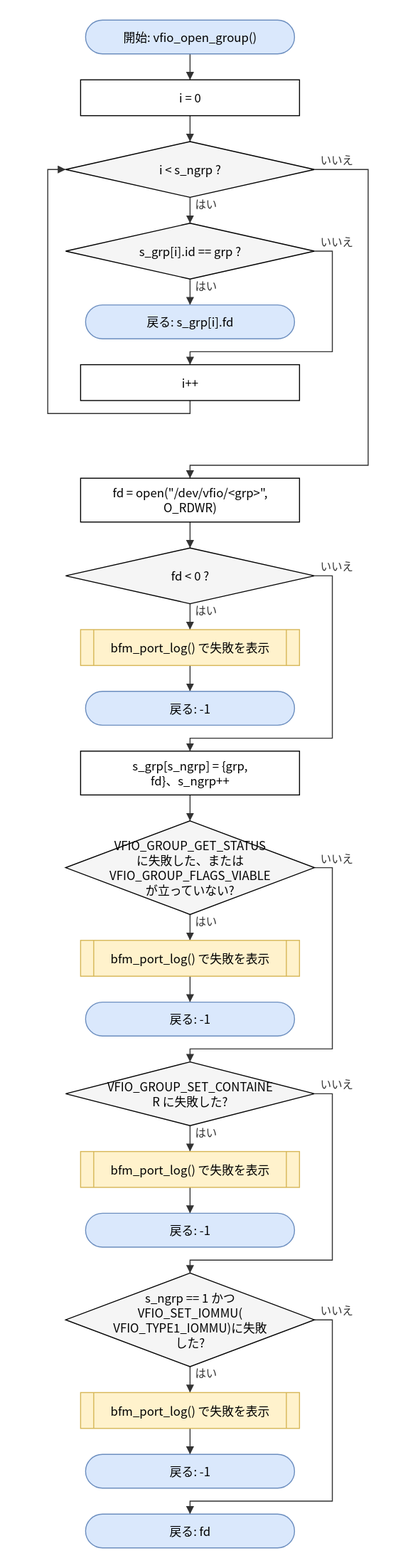
Earlier version of the draw.io export doc/spec/images/flow_port_linux_vfio_port_linux-vfio_open_group.drawio.svg (hf355051012-ai/bfmem). Source tidied: cells renumbered, new cells last; positions are measured from the earlier drawing's top-left corner, leaving out a move shared by most shapes.
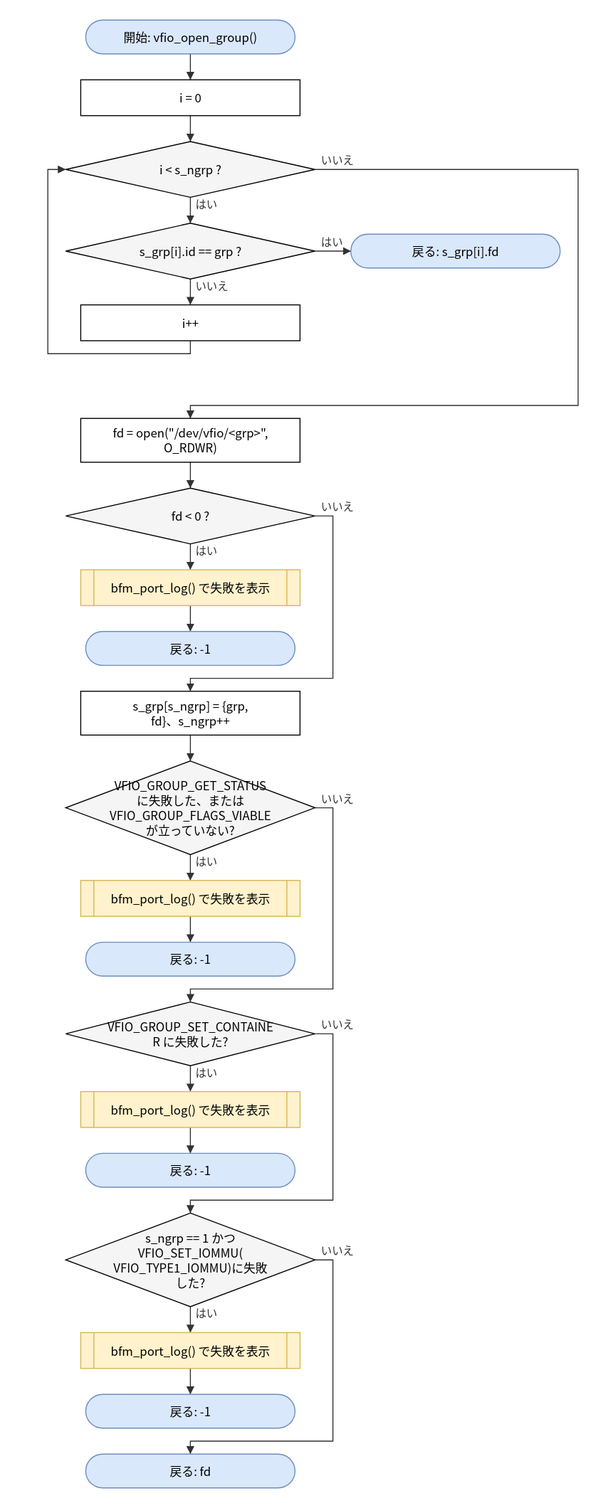
After the commit.

What changed in the source:
```diff
@@ -3,19 +3,19 @@
     <mxCell id="0" />
     <mxCell id="1" parent="0" />
     <mxCell id="2" value="開始: vfio_open_group()" style="rounded=1;arcSize=50;whiteSpace=wrap;html=1;fillColor=#dae8fc;strokeColor=#6c8ebf;" parent="1" vertex="1">
-      <mxGeometry x="38" width="210" height="34" as="geometry" />
+      <mxGeometry x="38" y="60" width="210" height="34" as="geometry" />
     </mxCell>
     <mxCell id="3" value="i = 0" style="rounded=0;whiteSpace=wrap;html=1;" parent="1" vertex="1">
-      <mxGeometry x="33" y="60" width="220" height="36" as="geometry" />
+      <mxGeometry x="33" y="120" width="220" height="36" as="geometry" />
     </mxCell>
     <mxCell id="4" value="i &amp;lt; s_ngrp ?" style="rhombus;whiteSpace=wrap;html=1;fillColor=#f5f5f5;" parent="1" vertex="1">
-      <mxGeometry x="18" y="122" width="250" height="56" as="geometry" />
+      <mxGeometry x="18" y="182" width="250" height="56" as="geometry" />
     </mxCell>
     <mxCell id="5" value="s_grp[i].id == grp ?" style="rhombus;whiteSpace=wrap;html=1;fillColor=#f5f5f5;" parent="1" vertex="1">
-      <mxGeometry x="18" y="204" width="250" height="56" as="geometry" />
+      <mxGeometry x="18" y="264" width="250" height="56" as="geometry" />
     </mxCell>
     <mxCell id="6" value="戻る: s_grp[i].fd" style="rounded=1;arcSize=50;whiteSpace=wrap;html=1;fillColor=#dae8fc;strokeColor=#6c8ebf;" parent="1" vertex="1">
-      <mxGeometry x="38" y="286" width="210" height="34" as="geometry" />
+      <mxGeometry x="304" y="275" width="210" height="34" as="geometry" />
     </mxCell>
     <mxCell id="7" value="i++" style="rounded=0;whiteSpace=wrap;html=1;" parent="1" vertex="1">
       <mxGeometry x="33" y="346" width="220" height="36" as="geometry" />
@@ -74,32 +74,26 @@
     <mxCell id="25" value="はい" style="edgeStyle=none;html=1;rounded=0;endArrow=block;endFill=1;exitX=0.5000;exitY=1.0000;exitDx=0;exitDy=0;exitPerimeter=0;entryX=0.5000;entryY=0.0000;entryDx=0;entryDy=0;entryPerimeter=0;" parent="1" edge="1" source="4" target="5">
       <mxGeometry relative="1" as="geometry" />
     </mxCell>
-    <mxCell id="26" value="はい" style="edgeStyle=none;html=1;rounded=0;endArrow=block;endFill=1;exitX=0.5000;exitY=1.0000;exitDx=0;exitDy=0;exitPerimeter=0;entryX=0.5000;entryY=0.0000;entryDx=0;entryDy=0;entryPerimeter=0;" parent="1" edge="1" source="5" target="6">
+    <mxCell id="26" value="はい" style="edgeStyle=none;html=1;rounded=0;endArrow=block;endFill=1;exitX=1.0000;exitY=0.5000;exitDx=0;exitDy=0;exitPerimeter=0;entryX=0.0000;entryY=0.5000;entryDx=0;entryDy=0;entryPerimeter=0;" parent="1" edge="1" source="5" target="6">
       <mxGeometry relative="1" as="geometry" />
     </mxCell>
-    <mxCell id="27" value="いいえ" style="edgeStyle=none;html=1;rounded=0;endArrow=block;endFill=1;exitX=1.0000;exitY=0.5000;exitDx=0;exitDy=0;exitPerimeter=0;entryX=0.5000;entryY=0.0000;entryDx=0;entryDy=0;entryPerimeter=0;" parent="1" edge="1" source="5" target="7">
-      <mxGeometry relative="1" as="geometry">
-        <Array as="points">
-          <mxPoint x="286" y="232" />
-          <mxPoint x="286" y="333" />
-          <mxPoint x="143" y="333" />
-        </Array>
-      </mxGeometry>
+    <mxCell id="27" value="いいえ" style="edgeStyle=none;html=1;rounded=0;endArrow=block;endFill=1;exitX=0.5000;exitY=1.0000;exitDx=0;exitDy=0;exitPerimeter=0;entryX=0.5000;entryY=0.0000;entryDx=0;entryDy=0;entryPerimeter=0;" parent="1" edge="1" source="5" target="7">
+      <mxGeometry relative="1" as="geometry" />
     </mxCell>
     <mxCell id="28" style="edgeStyle=none;html=1;rounded=0;endArrow=block;endFill=1;exitX=0.5000;exitY=1.0000;exitDx=0;exitDy=0;exitPerimeter=0;entryX=0.0000;entryY=0.5000;entryDx=0;entryDy=0;entryPerimeter=0;" parent="1" edge="1" source="7" target="4">
       <mxGeometry relative="1" as="geometry">
         <Array as="points">
           <mxPoint x="143" y="395" />
           <mxPoint y="395" />
-          <mxPoint y="150" />
+          <mxPoint y="210" />
         </Array>
       </mxGeometry>
     </mxCell>
     <mxCell id="29" value="いいえ" style="edgeStyle=none;html=1;rounded=0;endArrow=block;endFill=1;exitX=1.0000;exitY=0.5000;exitDx=0;exitDy=0;exitPerimeter=0;entryX=0.5000;entryY=0.0000;entryDx=0;entryDy=0;entryPerimeter=0;" parent="1" edge="1" source="4" target="8">
       <mxGeometry relative="1" as="geometry">
         <Array as="points">
-          <mxPoint x="322" y="150" />
-          <mxPoint x="322" y="447" />
+          <mxPoint x="532" y="210" />
+          <mxPoint x="532" y="447" />
           <mxPoint x="143" y="447" />
         </Array>
       </mxGeometry>
```
